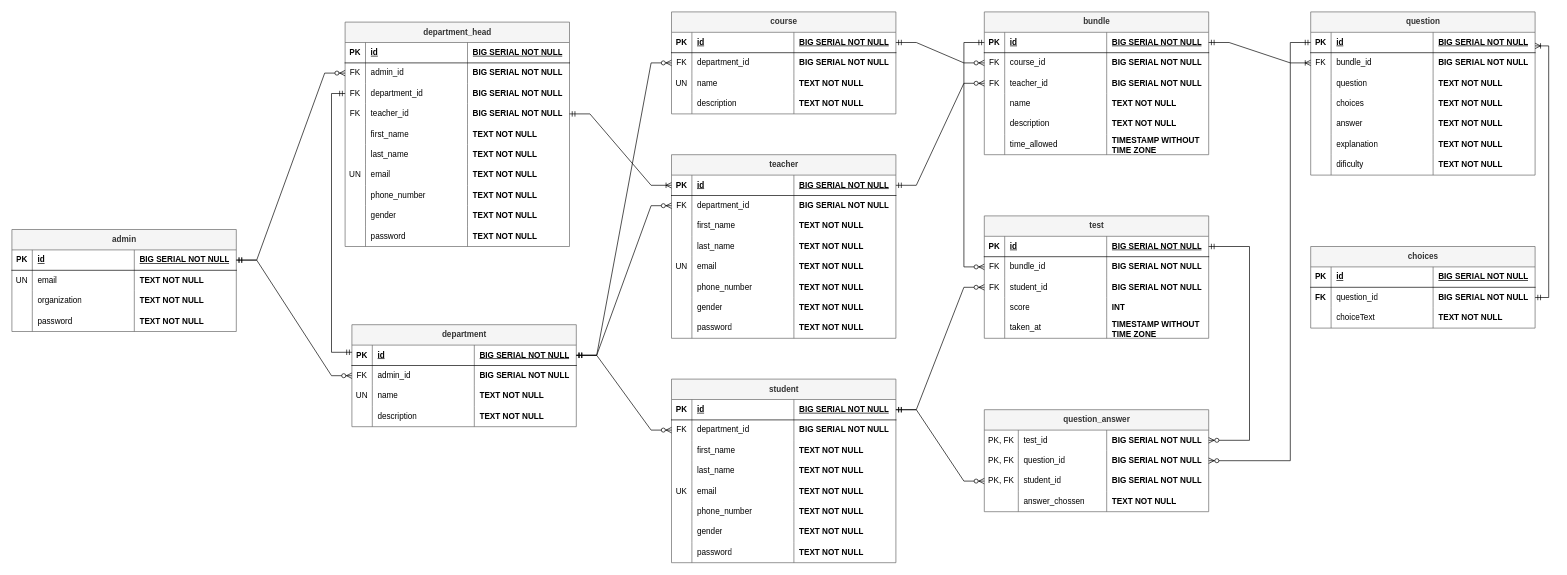
The draw.io diagram images/PREPMASTER.drawio in abel-cosmic/PrepMaster-API, before the edit. Source tidied: cells renumbered, new cells numbered last; positions are measured from the earlier drawing's top-left corner, leaving out a move shared by most shapes. Both pictures are drawn from the tidied source at 68%, with x=0, y=0 at pixel (12, 12).
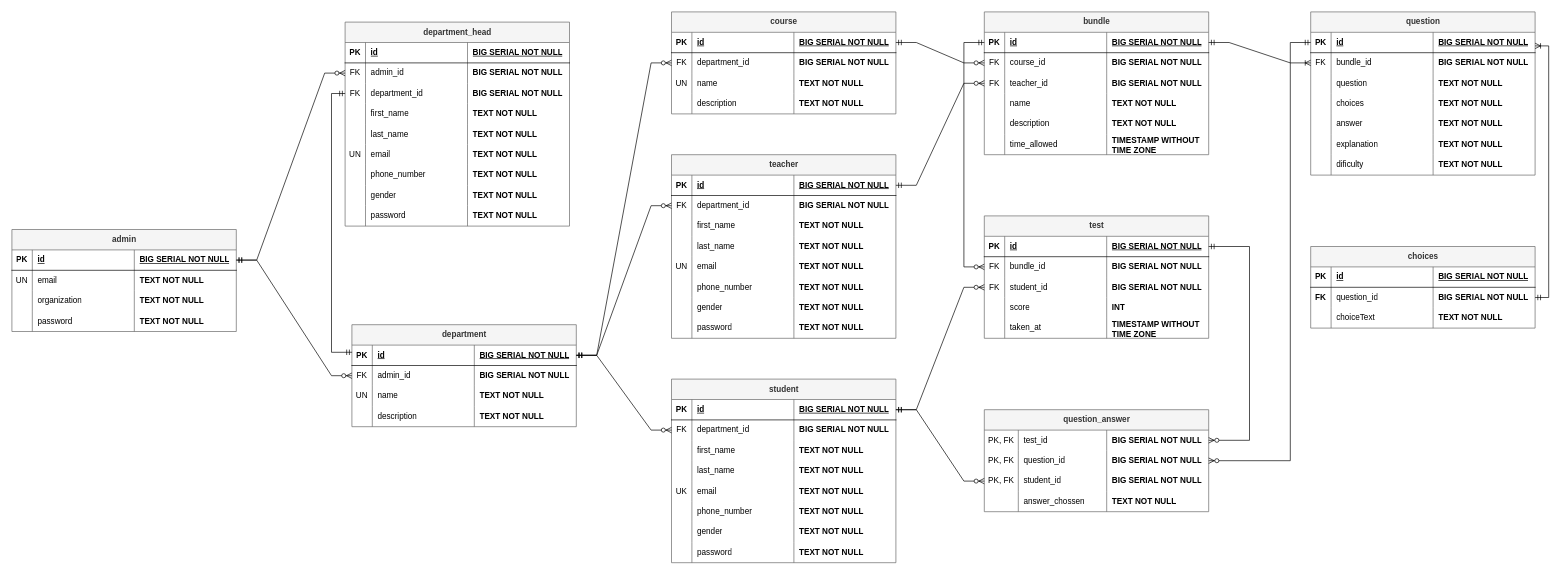
The same diagram, later.

The change refers to these unchanged cells:
```xml
<mxCell id="28" style="shape=tableRow;horizontal=0;startSize=0;swimlaneHead=0;swimlaneBody=0;fillColor=none;points=[[0,0.5],[1,0.5]];portConstraint=eastwest;top=0;left=0;right=0;bottom=1;" parent="27" vertex="1">
  <mxGeometry y="30" width="330" height="30" as="geometry" />
</mxCell>
```

Diff of the diagram source:
```diff
@@
     <mxCell id="144" value="department_head" style="shape=table;startSize=30;childLayout=tableLayout;rowLines=0;fontStyle=1;align=center;html=1;fillColor=#f5f5f5;fontColor=#333333;strokeColor=#666666;" parent="1" vertex="1">
-      <mxGeometry x="490" y="15" width="330" height="330" as="geometry" />
+      <mxGeometry x="490" y="15" width="330" height="300" as="geometry" />
     </mxCell>
@@
-    <mxCell id="157" style="shape=tableRow;horizontal=0;startSize=0;swimlaneHead=0;swimlaneBody=0;fillColor=none;points=[[0,0.5],[1,0.5]];portConstraint=eastwest;top=0;left=0;right=0;bottom=0;" parent="144" vertex="1">
-      <mxGeometry y="120" width="330" height="30" as="geometry" />
-    </mxCell>
-    <mxCell id="158" value="FK" style="shape=partialRectangle;fillColor=none;top=0;left=0;bottom=0;right=0;overflow=hidden;whiteSpace=wrap;html=1;" parent="157" vertex="1">
-      <mxGeometry width="30" height="30" as="geometry" />
-    </mxCell>
-    <mxCell id="159" value="teacher_id" style="shape=partialRectangle;fillColor=none;top=0;left=0;bottom=0;right=0;align=left;spacingLeft=6;overflow=hidden;whiteSpace=wrap;html=1;" parent="157" vertex="1">
-      <mxGeometry x="30" width="150" height="30" as="geometry" />
-    </mxCell>
-    <mxCell id="160" value="&lt;b style=&quot;border-color: var(--border-color);&quot;&gt;BIG SERIAL NOT NULL&lt;/b&gt;" style="shape=partialRectangle;fillColor=none;top=0;left=0;bottom=0;right=0;align=left;spacingLeft=6;overflow=hidden;whiteSpace=wrap;html=1;" parent="157" vertex="1">
-      <mxGeometry x="180" width="150" height="30" as="geometry" />
-    </mxCell>
     <mxCell id="161" style="shape=tableRow;horizontal=0;startSize=0;swimlaneHead=0;swimlaneBody=0;fillColor=none;top=0;left=0;right=0;bottom=0;" parent="144" vertex="1">
-      <mxGeometry y="150" width="330" height="30" as="geometry" />
+      <mxGeometry y="120" width="330" height="30" as="geometry" />
     </mxCell>
@@
     <mxCell id="165" style="shape=tableRow;horizontal=0;startSize=0;swimlaneHead=0;swimlaneBody=0;fillColor=none;top=0;left=0;right=0;bottom=0;" parent="144" vertex="1">
-      <mxGeometry y="180" width="330" height="30" as="geometry" />
+      <mxGeometry y="150" width="330" height="30" as="geometry" />
     </mxCell>
@@
     <mxCell id="169" style="shape=tableRow;horizontal=0;startSize=0;swimlaneHead=0;swimlaneBody=0;fillColor=none;top=0;left=0;right=0;bottom=0;" parent="144" vertex="1">
-      <mxGeometry y="210" width="330" height="30" as="geometry" />
+      <mxGeometry y="180" width="330" height="30" as="geometry" />
     </mxCell>
@@
     <mxCell id="173" style="shape=tableRow;horizontal=0;startSize=0;swimlaneHead=0;swimlaneBody=0;fillColor=none;top=0;left=0;right=0;bottom=0;" parent="144" vertex="1">
-      <mxGeometry y="240" width="330" height="30" as="geometry" />
+      <mxGeometry y="210" width="330" height="30" as="geometry" />
     </mxCell>
@@
     <mxCell id="177" style="shape=tableRow;horizontal=0;startSize=0;swimlaneHead=0;swimlaneBody=0;fillColor=none;top=0;left=0;right=0;bottom=0;" parent="144" vertex="1">
-      <mxGeometry y="270" width="330" height="30" as="geometry" />
+      <mxGeometry y="240" width="330" height="30" as="geometry" />
     </mxCell>
@@
     <mxCell id="181" style="shape=tableRow;horizontal=0;startSize=0;swimlaneHead=0;swimlaneBody=0;fillColor=none;top=0;left=0;right=0;bottom=0;" parent="144" vertex="1">
-      <mxGeometry y="300" width="330" height="30" as="geometry" />
+      <mxGeometry y="270" width="330" height="30" as="geometry" />
     </mxCell>
@@
-    <mxCell id="265" style="edgeStyle=entityRelationEdgeStyle;fontSize=12;html=1;endArrow=ERoneToMany;startArrow=ERmandOne;rounded=0;exitX=1;exitY=0.5;exitDx=0;exitDy=0;entryX=0;entryY=0.5;entryDx=0;entryDy=0;" parent="1" edge="1" source="157" target="28">
-      <mxGeometry relative="1" as="geometry" />
-    </mxCell>
```
